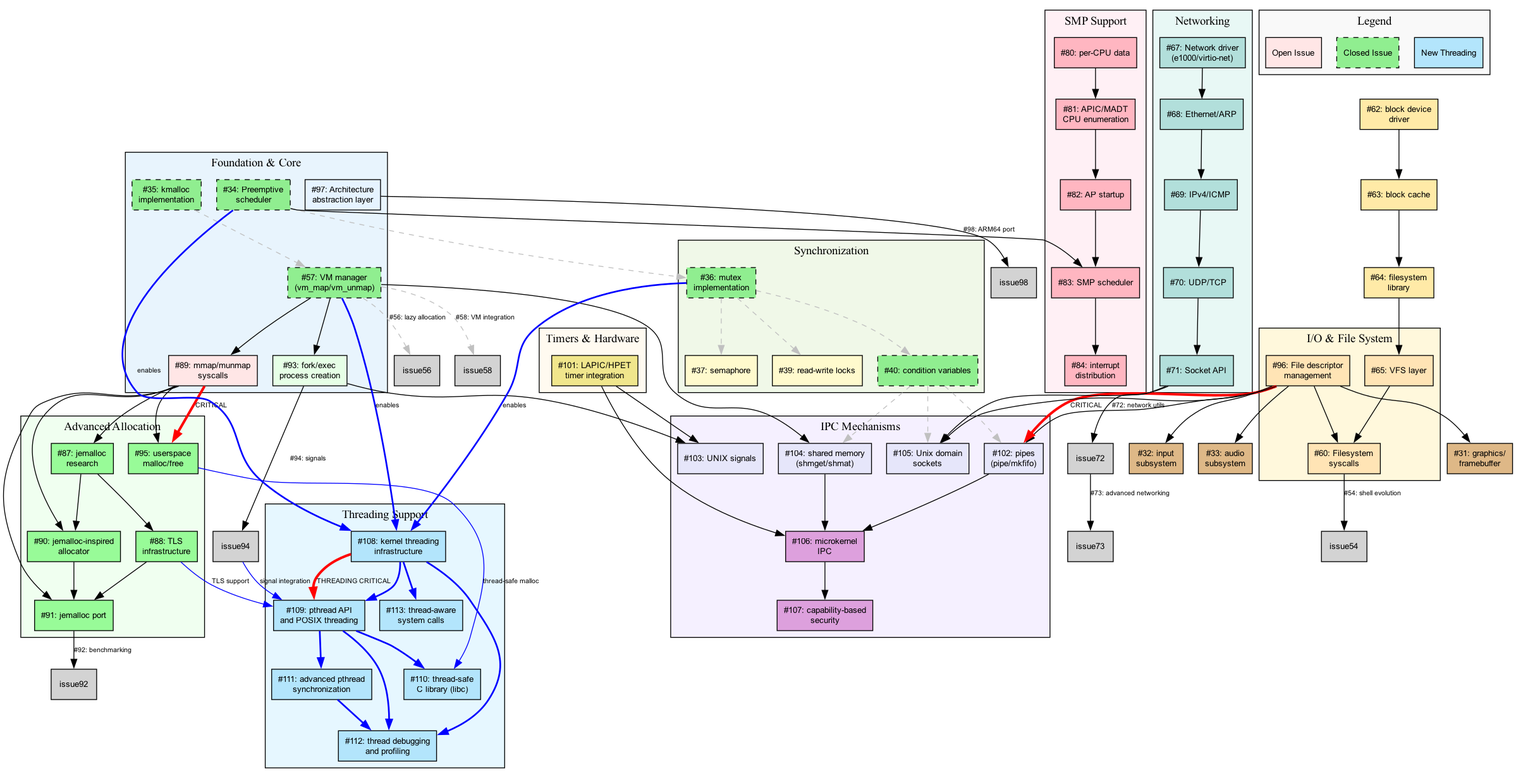
Earlier version of the Graphviz export issue_dependencies.png (pbalduino/menios). Its source is kept beside it as issue_dependencies.dot.
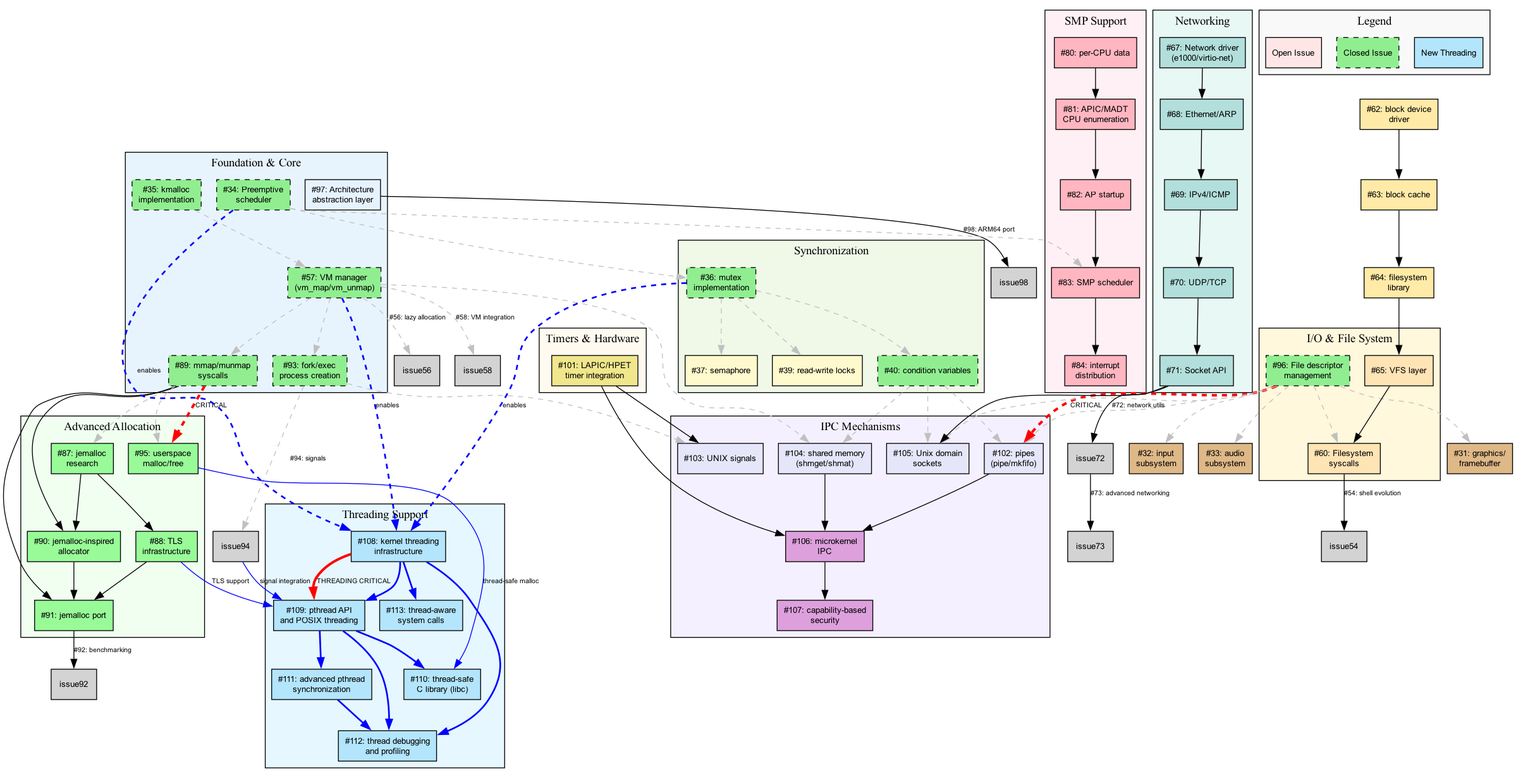
After the change.

What changed in the source:
```diff
@@ -11,10 +11,10 @@
 
         issue35 [label="#35: kmalloc\nimplementation", fillcolor="#90EE90", style="filled,dashed"];  // CLOSED
         issue57 [label="#57: VM manager\n(vm_map/vm_unmap)", fillcolor="#90EE90", style="filled,dashed"];  // CLOSED
-        issue89 [label="#89: mmap/munmap\nsyscalls", fillcolor="#FFE6E6"];
+        issue89 [label="#89: mmap/munmap\nsyscalls", fillcolor="#90EE90", style="filled,dashed"];  // CLOSED
         issue97 [label="#97: Architecture\nabstraction layer", fillcolor="#E6F3FF"];
 
-        issue93 [label="#93: fork/exec\nprocess creation", fillcolor="#E6FFE6"];
+        issue93 [label="#93: fork/exec\nprocess creation", fillcolor="#90EE90", style="filled,dashed"];  // CLOSED
         issue34 [label="#34: Preemptive\nscheduler", fillcolor="#90EE90", style="filled,dashed"];  // CLOSED
     }
 
@@ -47,7 +47,7 @@
         style=filled;
         fillcolor="#FFF8DC";
 
-        issue96 [label="#96: File descriptor\nmanagement", fillcolor="#FFE4B5"];
+        issue96 [label="#96: File descriptor\nmanagement", fillcolor="#90EE90", style="filled,dashed"];  // CLOSED
         issue60 [label="#60: Filesystem\nsyscalls", fillcolor="#FFE4B5"];
         issue65 [label="#65: VFS layer", fillcolor="#FFE4B5"];
     }
@@ -110,20 +110,20 @@
     }
 
     issue35 -> issue57 [style=dashed, color=gray];
-    issue57 -> issue89;
-    issue57 -> issue93;
-    issue57 -> issue104;
-    issue89 -> issue95;
-    issue89 -> issue87;
+    issue57 -> issue89 [style=dashed, color=gray];
+    issue57 -> issue93 [style=dashed, color=gray];
+    issue57 -> issue104 [style=dashed, color=gray];
+    issue89 -> issue95 [style=dashed, color=gray];
+    issue89 -> issue87 [style=dashed, color=gray];
     issue97 -> issue98 [label="#98: ARM64 port"];
 
-    issue93 -> issue94 [label="#94: signals"];
+    issue93 -> issue94 [label="#94: signals", style=dashed, color=gray];
     issue34 -> issue36 [style=dashed, color=gray];
-    issue34 -> issue83;
+    issue34 -> issue83 [style=dashed, color=gray];
 
-    issue34 -> issue108 [color=blue, penwidth=2, label="enables"];
-    issue36 -> issue108 [color=blue, penwidth=2, label="enables"];
-    issue57 -> issue108 [color=blue, penwidth=2, label="enables"];
+    issue34 -> issue108 [color=blue, penwidth=2, label="enables", style=dashed];
+    issue36 -> issue108 [color=blue, penwidth=2, label="enables", style=dashed];
+    issue57 -> issue108 [color=blue, penwidth=2, label="enables", style=dashed];
     issue108 -> issue109 [color=blue, penwidth=2];
     issue108 -> issue113 [color=blue, penwidth=2];
     issue109 -> issue110 [color=blue, penwidth=2];
@@ -142,16 +142,16 @@
     issue40 -> issue104 [style=dashed, color=gray];
     issue40 -> issue105 [style=dashed, color=gray];
 
-    issue96 -> issue102;
-    issue96 -> issue105;
-    issue96 -> issue60;
+    issue96 -> issue102 [style=dashed, color=gray];
+    issue96 -> issue105 [style=dashed, color=gray];
+    issue96 -> issue60 [style=dashed, color=gray];
     issue65 -> issue60;
 
     issue102 -> issue106;
     issue104 -> issue106;
     issue101 -> issue103;
     issue101 -> issue106;
-    issue93 -> issue103;
+    issue93 -> issue103 [style=dashed, color=gray];
     issue106 -> issue107;
 
     issue67 -> issue68;
@@ -191,13 +191,13 @@
     issue32 [label="#32: input\nsubsystem", fillcolor="#DEB887"];
     issue33 [label="#33: audio\nsubsystem", fillcolor="#DEB887"];
 
-    issue96 -> issue31;
-    issue96 -> issue32;
-    issue96 -> issue33;
+    issue96 -> issue31 [style=dashed, color=gray];
+    issue96 -> issue32 [style=dashed, color=gray];
+    issue96 -> issue33 [style=dashed, color=gray];
 
     edge [color=red, penwidth=3];
-    issue89 -> issue95 [label="CRITICAL"];
-    issue96 -> issue102 [label="CRITICAL"];
+    issue89 -> issue95 [label="CRITICAL", style=dashed];
+    issue96 -> issue102 [label="CRITICAL", style=dashed];
     issue108 -> issue109 [label="THREADING CRITICAL"];
 
     subgraph cluster_legend {
```
